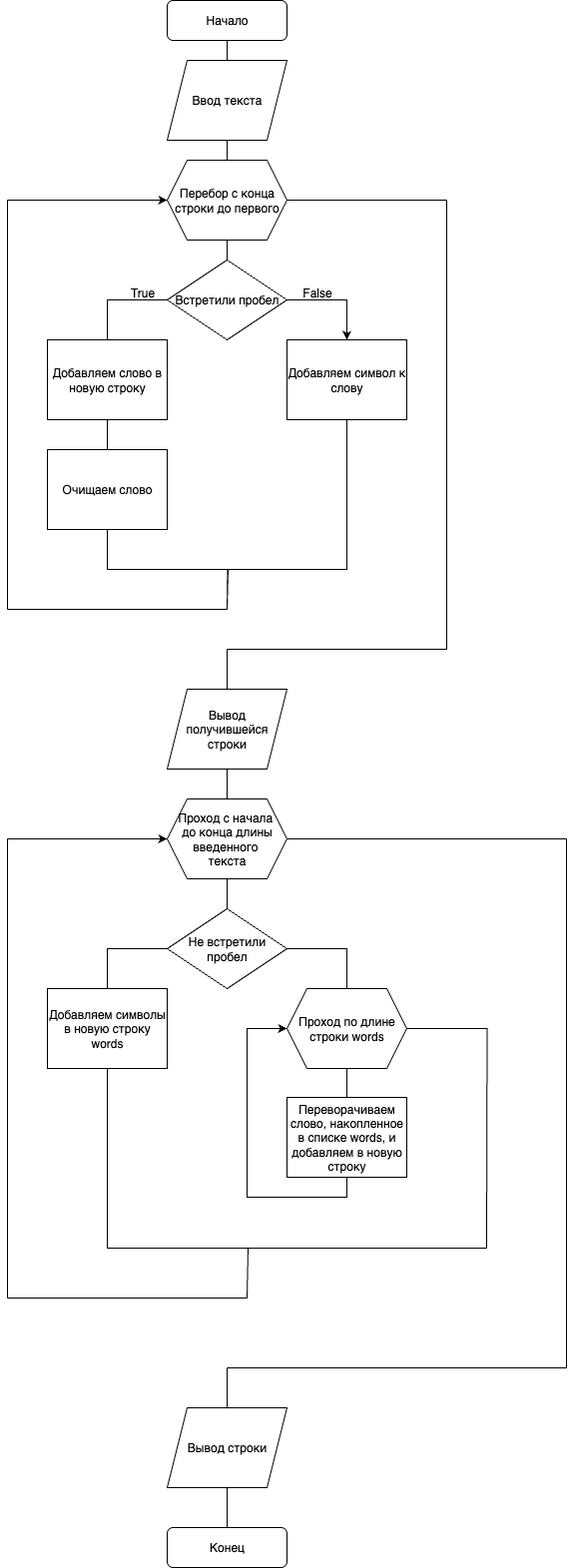
Earlier version of the draw.io export 4png/прак 4 зад 1.png (LebGes-classes/python-strings-mukmibulat). Source tidied: cells renumbered, new cells last; positions are measured from the earlier drawing's top-left corner, leaving out a move shared by most shapes. Its diagram source:
```xml
<mxGraphModel>
  <root>
    <mxCell id="0" />
    <mxCell id="1" parent="0" />
    <mxCell id="2" style="edgeStyle=orthogonalEdgeStyle;rounded=0;jettySize=auto;html=1;exitX=0.5;exitY=1;exitDx=0;exitDy=0;entryX=0.5;entryY=0;entryDx=0;entryDy=0;endArrow=none;endFill=0;" parent="1" edge="1" source="3" target="5">
      <mxGeometry relative="1" as="geometry" />
    </mxCell>
    <mxCell id="3" value="Начало" style="rounded=1;whiteSpace=wrap;html=1;" parent="1" vertex="1">
      <mxGeometry x="160" width="120" height="40" as="geometry" />
    </mxCell>
    <mxCell id="4" style="edgeStyle=orthogonalEdgeStyle;rounded=0;jettySize=auto;html=1;exitX=0.5;exitY=1;exitDx=0;exitDy=0;entryX=0.5;entryY=0;entryDx=0;entryDy=0;endArrow=none;endFill=0;" parent="1" edge="1" source="5" target="7">
      <mxGeometry relative="1" as="geometry" />
    </mxCell>
    <mxCell id="5" value="Ввод текста" style="shape=parallelogram;perimeter=parallelogramPerimeter;whiteSpace=wrap;html=1;fixedSize=1;" parent="1" vertex="1">
      <mxGeometry x="160" y="60" width="120" height="80" as="geometry" />
    </mxCell>
    <mxCell id="6" style="edgeStyle=orthogonalEdgeStyle;rounded=0;jettySize=auto;html=1;exitX=0.5;exitY=1;exitDx=0;exitDy=0;endArrow=none;endFill=0;" parent="1" edge="1" source="7" target="10">
      <mxGeometry relative="1" as="geometry" />
    </mxCell>
    <mxCell id="7" value="Перебор с конца строки до первого" style="shape=hexagon;perimeter=hexagonPerimeter2;whiteSpace=wrap;html=1;fixedSize=1;" parent="1" vertex="1">
      <mxGeometry x="160" y="160" width="120" height="80" as="geometry" />
    </mxCell>
    <mxCell id="8" style="edgeStyle=orthogonalEdgeStyle;rounded=0;jettySize=auto;html=1;exitX=0;exitY=0.5;exitDx=0;exitDy=0;entryX=0.5;entryY=0;entryDx=0;entryDy=0;endArrow=none;endFill=0;" parent="1" edge="1" source="10" target="12">
      <mxGeometry relative="1" as="geometry" />
    </mxCell>
    <mxCell id="9" style="edgeStyle=orthogonalEdgeStyle;rounded=0;jettySize=auto;html=1;exitX=1;exitY=0.5;exitDx=0;exitDy=0;entryX=0.5;entryY=0;entryDx=0;entryDy=0;" parent="1" edge="1" source="10" target="17">
      <mxGeometry relative="1" as="geometry" />
    </mxCell>
    <mxCell id="10" value="Встретили пробел" style="rhombus;whiteSpace=wrap;html=1;" parent="1" vertex="1">
      <mxGeometry x="160" y="260" width="120" height="80" as="geometry" />
    </mxCell>
    <mxCell id="11" style="edgeStyle=orthogonalEdgeStyle;rounded=0;jettySize=auto;html=1;exitX=0.5;exitY=1;exitDx=0;exitDy=0;entryX=0.5;entryY=0;entryDx=0;entryDy=0;endArrow=none;endFill=0;" parent="1" edge="1" source="12" target="14">
      <mxGeometry relative="1" as="geometry" />
    </mxCell>
    <mxCell id="12" value="Добавляем слово в новую строку" style="rounded=0;whiteSpace=wrap;html=1;" parent="1" vertex="1">
      <mxGeometry x="40" y="340" width="120" height="80" as="geometry" />
    </mxCell>
    <mxCell id="13" style="edgeStyle=orthogonalEdgeStyle;rounded=0;jettySize=auto;html=1;exitX=0.5;exitY=1;exitDx=0;exitDy=0;endArrow=none;endFill=0;" parent="1" edge="1" source="14">
      <mxGeometry relative="1" as="geometry">
        <mxPoint x="220" y="610" as="targetPoint" />
      </mxGeometry>
    </mxCell>
    <mxCell id="14" value="Очищаем слово" style="rounded=0;whiteSpace=wrap;html=1;" parent="1" vertex="1">
      <mxGeometry x="40" y="450" width="120" height="80" as="geometry" />
    </mxCell>
    <mxCell id="15" value="True" style="text;html=1;align=center;verticalAlign=middle;strokeColor=none;fillColor=none;" parent="1" vertex="1">
      <mxGeometry x="110" y="278" width="50" height="30" as="geometry" />
    </mxCell>
    <mxCell id="16" style="edgeStyle=orthogonalEdgeStyle;rounded=0;jettySize=auto;html=1;exitX=0.5;exitY=1;exitDx=0;exitDy=0;endArrow=none;endFill=0;" parent="1" edge="1" source="17">
      <mxGeometry relative="1" as="geometry">
        <mxPoint x="220" y="610" as="targetPoint" />
        <Array as="points">
          <mxPoint x="340" y="570" />
          <mxPoint x="221" y="570" />
        </Array>
      </mxGeometry>
    </mxCell>
    <mxCell id="17" value="Добавляем символ к слову" style="rounded=0;whiteSpace=wrap;html=1;" parent="1" vertex="1">
      <mxGeometry x="280" y="340" width="120" height="80" as="geometry" />
    </mxCell>
    <mxCell id="18" value="False" style="text;html=1;align=center;verticalAlign=middle;strokeColor=none;fillColor=none;" parent="1" vertex="1">
      <mxGeometry x="285" y="278" width="50" height="30" as="geometry" />
    </mxCell>
    <mxCell id="19" style="edgeStyle=orthogonalEdgeStyle;rounded=0;jettySize=auto;html=1;exitX=0.5;exitY=1;exitDx=0;exitDy=0;entryX=0.5;entryY=0;entryDx=0;entryDy=0;endArrow=none;endFill=0;" parent="1" edge="1" source="20" target="22">
      <mxGeometry relative="1" as="geometry" />
    </mxCell>
    <mxCell id="20" value="Вывод получившейся&lt;div&gt;строки&lt;/div&gt;" style="shape=parallelogram;perimeter=parallelogramPerimeter;whiteSpace=wrap;html=1;fixedSize=1;" parent="1" vertex="1">
      <mxGeometry x="160" y="690" width="120" height="80" as="geometry" />
    </mxCell>
    <mxCell id="21" style="edgeStyle=orthogonalEdgeStyle;rounded=0;jettySize=auto;html=1;exitX=0.5;exitY=1;exitDx=0;exitDy=0;endArrow=none;endFill=0;" parent="1" edge="1" source="22" target="32">
      <mxGeometry relative="1" as="geometry" />
    </mxCell>
    <mxCell id="22" value="Проход с начала&amp;nbsp;&lt;div&gt;до конца длины введенного&amp;nbsp;&lt;/div&gt;&lt;div&gt;т&lt;span style=&quot;background-color: transparent; color: light-dark(rgb(0, 0, 0), rgb(255, 255, 255));&quot;&gt;екста&lt;/span&gt;&lt;/div&gt;" style="shape=hexagon;perimeter=hexagonPerimeter2;whiteSpace=wrap;html=1;fixedSize=1;" parent="1" vertex="1">
      <mxGeometry x="160" y="800" width="120" height="80" as="geometry" />
    </mxCell>
    <mxCell id="23" style="endArrow=none;html=1;rounded=0;" parent="1" edge="1">
      <mxGeometry relative="1" as="geometry">
        <mxPoint y="610" as="sourcePoint" />
        <mxPoint x="220" y="610" as="targetPoint" />
      </mxGeometry>
    </mxCell>
    <mxCell id="24" style="endArrow=none;html=1;rounded=0;" parent="1" edge="1">
      <mxGeometry relative="1" as="geometry">
        <mxPoint y="610" as="sourcePoint" />
        <mxPoint y="200" as="targetPoint" />
      </mxGeometry>
    </mxCell>
    <mxCell id="25" style="endArrow=classic;html=1;rounded=0;entryX=0;entryY=0.5;entryDx=0;entryDy=0;endFill=1;" parent="1" edge="1" target="7">
      <mxGeometry relative="1" as="geometry">
        <mxPoint y="200" as="sourcePoint" />
      </mxGeometry>
    </mxCell>
    <mxCell id="26" style="endArrow=none;html=1;rounded=0;" parent="1" edge="1">
      <mxGeometry relative="1" as="geometry">
        <mxPoint x="280" y="200" as="sourcePoint" />
        <mxPoint x="440" y="200" as="targetPoint" />
      </mxGeometry>
    </mxCell>
    <mxCell id="27" style="endArrow=none;html=1;rounded=0;" parent="1" edge="1">
      <mxGeometry relative="1" as="geometry">
        <mxPoint x="440" y="650" as="sourcePoint" />
        <mxPoint x="440" y="200" as="targetPoint" />
      </mxGeometry>
    </mxCell>
    <mxCell id="28" style="endArrow=none;html=1;rounded=0;" parent="1" edge="1">
      <mxGeometry relative="1" as="geometry">
        <mxPoint x="440" y="650" as="sourcePoint" />
        <mxPoint x="220" y="650" as="targetPoint" />
      </mxGeometry>
    </mxCell>
    <mxCell id="29" style="endArrow=none;html=1;rounded=0;" parent="1" edge="1" source="20">
      <mxGeometry relative="1" as="geometry">
        <mxPoint x="220" y="650" as="targetPoint" />
      </mxGeometry>
    </mxCell>
    <mxCell id="30" style="edgeStyle=orthogonalEdgeStyle;rounded=0;jettySize=auto;html=1;exitX=0;exitY=0.5;exitDx=0;exitDy=0;endArrow=none;endFill=0;" parent="1" edge="1" source="32" target="34">
      <mxGeometry relative="1" as="geometry" />
    </mxCell>
    <mxCell id="31" style="edgeStyle=orthogonalEdgeStyle;rounded=0;jettySize=auto;html=1;exitX=1;exitY=0.5;exitDx=0;exitDy=0;entryX=0.5;entryY=0;entryDx=0;entryDy=0;endArrow=none;endFill=0;" parent="1" edge="1" source="32" target="36">
      <mxGeometry relative="1" as="geometry" />
    </mxCell>
    <mxCell id="32" value="Не встретили пробел" style="rhombus;whiteSpace=wrap;html=1;" parent="1" vertex="1">
      <mxGeometry x="160" y="910" width="120" height="80" as="geometry" />
    </mxCell>
    <mxCell id="33" style="edgeStyle=orthogonalEdgeStyle;rounded=0;jettySize=auto;html=1;exitX=0.5;exitY=1;exitDx=0;exitDy=0;endArrow=none;endFill=0;" parent="1" edge="1" source="34">
      <mxGeometry relative="1" as="geometry">
        <mxPoint x="240" y="1300" as="targetPoint" />
        <Array as="points">
          <mxPoint x="100" y="1250" />
          <mxPoint x="241" y="1250" />
        </Array>
      </mxGeometry>
    </mxCell>
    <mxCell id="34" value="Добавляем символы в новую строку words" style="rounded=0;whiteSpace=wrap;html=1;" parent="1" vertex="1">
      <mxGeometry x="40" y="990" width="120" height="80" as="geometry" />
    </mxCell>
    <mxCell id="35" style="edgeStyle=orthogonalEdgeStyle;rounded=0;jettySize=auto;html=1;exitX=1;exitY=0.5;exitDx=0;exitDy=0;endArrow=none;endFill=0;" parent="1" edge="1" source="36">
      <mxGeometry relative="1" as="geometry">
        <mxPoint x="480" y="1250" as="targetPoint" />
      </mxGeometry>
    </mxCell>
    <mxCell id="36" value="Проход по длине строки words" style="shape=hexagon;perimeter=hexagonPerimeter2;whiteSpace=wrap;html=1;fixedSize=1;" parent="1" vertex="1">
      <mxGeometry x="280" y="990" width="120" height="80" as="geometry" />
    </mxCell>
    <mxCell id="37" style="edgeStyle=orthogonalEdgeStyle;rounded=0;jettySize=auto;html=1;endArrow=none;endFill=0;" parent="1" edge="1" source="39" target="36">
      <mxGeometry relative="1" as="geometry" />
    </mxCell>
    <mxCell id="38" style="edgeStyle=orthogonalEdgeStyle;rounded=0;jettySize=auto;html=1;exitX=0.5;exitY=1;exitDx=0;exitDy=0;entryX=0;entryY=0.5;entryDx=0;entryDy=0;" parent="1" edge="1" source="39" target="36">
      <mxGeometry relative="1" as="geometry">
        <Array as="points">
          <mxPoint x="340" y="1199" />
          <mxPoint x="240" y="1199" />
          <mxPoint x="240" y="1030" />
        </Array>
      </mxGeometry>
    </mxCell>
    <mxCell id="39" value="Переворачиваем слово, накопленное в списке words, и добавляем в новую строку" style="rounded=0;whiteSpace=wrap;html=1;" parent="1" vertex="1">
      <mxGeometry x="280" y="1099" width="120" height="80" as="geometry" />
    </mxCell>
    <mxCell id="40" style="endArrow=none;html=1;rounded=0;" parent="1" edge="1">
      <mxGeometry relative="1" as="geometry">
        <mxPoint x="240" y="1250" as="sourcePoint" />
        <mxPoint x="480" y="1250" as="targetPoint" />
      </mxGeometry>
    </mxCell>
    <mxCell id="41" style="endArrow=none;html=1;rounded=0;" parent="1" edge="1">
      <mxGeometry relative="1" as="geometry">
        <mxPoint y="1300" as="sourcePoint" />
        <mxPoint x="240" y="1300" as="targetPoint" />
      </mxGeometry>
    </mxCell>
    <mxCell id="42" style="endArrow=none;html=1;rounded=0;" parent="1" edge="1">
      <mxGeometry relative="1" as="geometry">
        <mxPoint y="1300" as="sourcePoint" />
        <mxPoint y="840" as="targetPoint" />
      </mxGeometry>
    </mxCell>
    <mxCell id="43" style="endArrow=classic;html=1;rounded=0;entryX=0;entryY=0.5;entryDx=0;entryDy=0;endFill=1;" parent="1" edge="1" target="22">
      <mxGeometry relative="1" as="geometry">
        <mxPoint y="840" as="sourcePoint" />
      </mxGeometry>
    </mxCell>
    <mxCell id="44" style="endArrow=none;html=1;rounded=0;" parent="1" edge="1">
      <mxGeometry relative="1" as="geometry">
        <mxPoint x="280" y="840" as="sourcePoint" />
        <mxPoint x="560" y="840" as="targetPoint" />
      </mxGeometry>
    </mxCell>
    <mxCell id="45" style="endArrow=none;html=1;rounded=0;" parent="1" edge="1">
      <mxGeometry relative="1" as="geometry">
        <mxPoint x="560" y="1370" as="sourcePoint" />
        <mxPoint x="560" y="840" as="targetPoint" />
      </mxGeometry>
    </mxCell>
    <mxCell id="46" style="endArrow=none;html=1;rounded=0;" parent="1" edge="1">
      <mxGeometry relative="1" as="geometry">
        <mxPoint x="220" y="1370" as="sourcePoint" />
        <mxPoint x="560" y="1370" as="targetPoint" />
      </mxGeometry>
    </mxCell>
    <mxCell id="47" style="endArrow=none;html=1;rounded=0;" parent="1" edge="1">
      <mxGeometry relative="1" as="geometry">
        <mxPoint x="220" y="1410" as="sourcePoint" />
        <mxPoint x="220" y="1370" as="targetPoint" />
      </mxGeometry>
    </mxCell>
    <mxCell id="48" style="edgeStyle=orthogonalEdgeStyle;rounded=0;jettySize=auto;html=1;exitX=0.5;exitY=1;exitDx=0;exitDy=0;entryX=0.5;entryY=0;entryDx=0;entryDy=0;endArrow=none;endFill=0;" parent="1" edge="1" source="49" target="50">
      <mxGeometry relative="1" as="geometry" />
    </mxCell>
    <mxCell id="49" value="Вывод строки" style="shape=parallelogram;perimeter=parallelogramPerimeter;whiteSpace=wrap;html=1;fixedSize=1;" parent="1" vertex="1">
      <mxGeometry x="160" y="1410" width="120" height="80" as="geometry" />
    </mxCell>
    <mxCell id="50" value="Конец" style="rounded=1;whiteSpace=wrap;html=1;" parent="1" vertex="1">
      <mxGeometry x="160" y="1530" width="120" height="40" as="geometry" />
    </mxCell>
  </root>
</mxGraphModel>
```
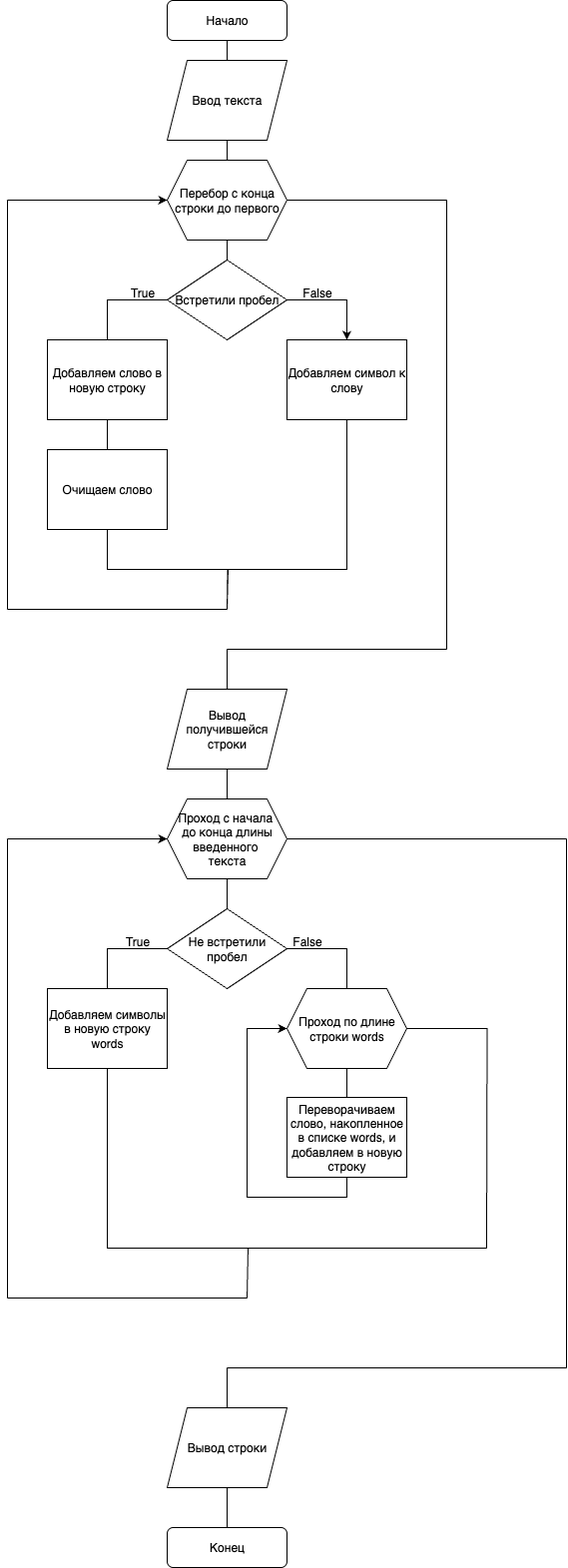
The same diagram one commit later.

Change to the diagram source:
```diff
@@ -213,5 +213,11 @@
     <mxCell id="50" value="Конец" style="rounded=1;whiteSpace=wrap;html=1;" parent="1" vertex="1">
       <mxGeometry x="160" y="1530" width="120" height="40" as="geometry" />
     </mxCell>
+    <mxCell id="51" value="True" style="text;html=1;align=center;verticalAlign=middle;strokeColor=none;fillColor=none;" parent="1" vertex="1">
+      <mxGeometry x="105" y="928" width="50" height="30" as="geometry" />
+    </mxCell>
+    <mxCell id="52" value="False" style="text;html=1;align=center;verticalAlign=middle;strokeColor=none;fillColor=none;" parent="1" vertex="1">
+      <mxGeometry x="275" y="928" width="50" height="30" as="geometry" />
+    </mxCell>
   </root>
 </mxGraphModel>
```
